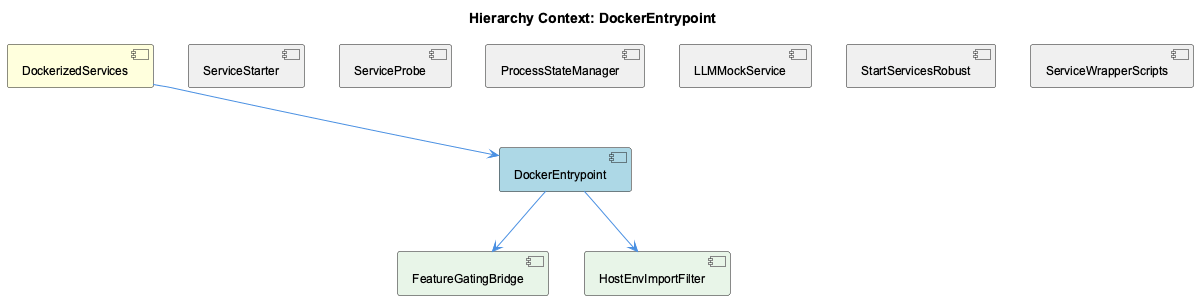
Above: knowledge-management/insights/images/docker-entrypoint-relationship.png in fwornle/coding (PlantUML), before the change. Source of this version:
```plantuml
@startuml
!include _standard-style.puml

title Hierarchy Context: DockerEntrypoint

[DockerizedServices] as dockerized_services #FFFFDD
[DockerEntrypoint] as docker_entrypoint #LightBlue
[ServiceStarter] as service_starter #F0F0F0
[ServiceProbe] as service_probe #F0F0F0
[ProcessStateManager] as process_state_manager #F0F0F0
[LLMMockService] as llmmock_service #F0F0F0
[StartServicesRobust] as start_services_robust #F0F0F0
[ServiceWrapperScripts] as service_wrapper_scripts #F0F0F0
[FeatureGatingBridge] as feature_gating_bridge #E8F5E8
[HostEnvImportFilter] as host_env_import_filter #E8F5E8

dockerized_services --> docker_entrypoint
service_starter -[hidden]- docker_entrypoint
service_probe -[hidden]- docker_entrypoint
process_state_manager -[hidden]- docker_entrypoint
llmmock_service -[hidden]- docker_entrypoint
start_services_robust -[hidden]- docker_entrypoint
service_wrapper_scripts -[hidden]- docker_entrypoint
docker_entrypoint --> feature_gating_bridge
docker_entrypoint --> host_env_import_filter

@enduml
```
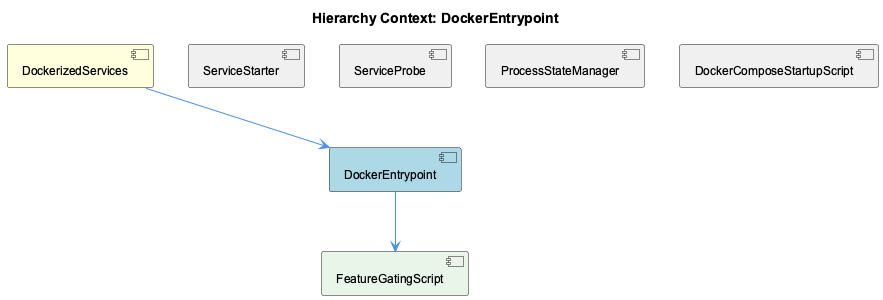
The same file after the commit.

Diff of the diagram source:
```diff
@@ -8,20 +8,14 @@
 [ServiceStarter] as service_starter #F0F0F0
 [ServiceProbe] as service_probe #F0F0F0
 [ProcessStateManager] as process_state_manager #F0F0F0
-[LLMMockService] as llmmock_service #F0F0F0
-[StartServicesRobust] as start_services_robust #F0F0F0
-[ServiceWrapperScripts] as service_wrapper_scripts #F0F0F0
-[FeatureGatingBridge] as feature_gating_bridge #E8F5E8
-[HostEnvImportFilter] as host_env_import_filter #E8F5E8
+[DockerComposeStartupScript] as docker_compose_startup_script #F0F0F0
+[FeatureGatingScript] as feature_gating_script #E8F5E8
 
 dockerized_services --> docker_entrypoint
 service_starter -[hidden]- docker_entrypoint
 service_probe -[hidden]- docker_entrypoint
 process_state_manager -[hidden]- docker_entrypoint
-llmmock_service -[hidden]- docker_entrypoint
-start_services_robust -[hidden]- docker_entrypoint
-service_wrapper_scripts -[hidden]- docker_entrypoint
-docker_entrypoint --> feature_gating_bridge
-docker_entrypoint --> host_env_import_filter
+docker_compose_startup_script -[hidden]- docker_entrypoint
+docker_entrypoint --> feature_gating_script
 
 @enduml
```
